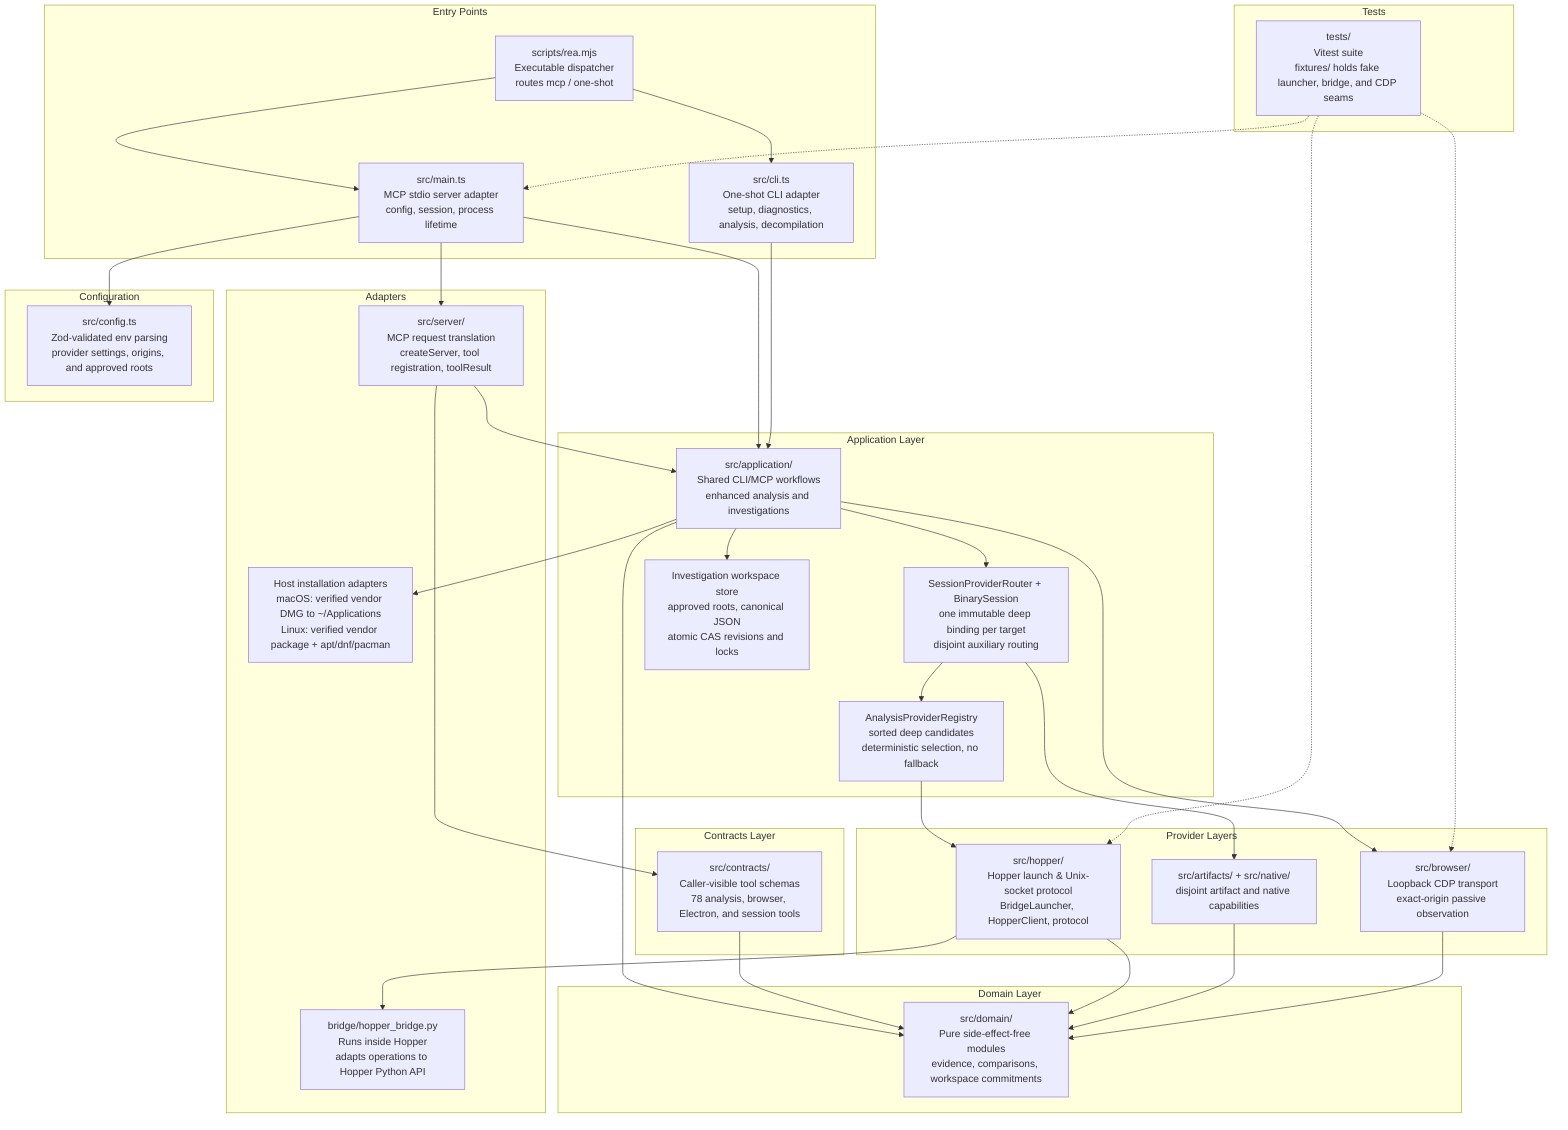
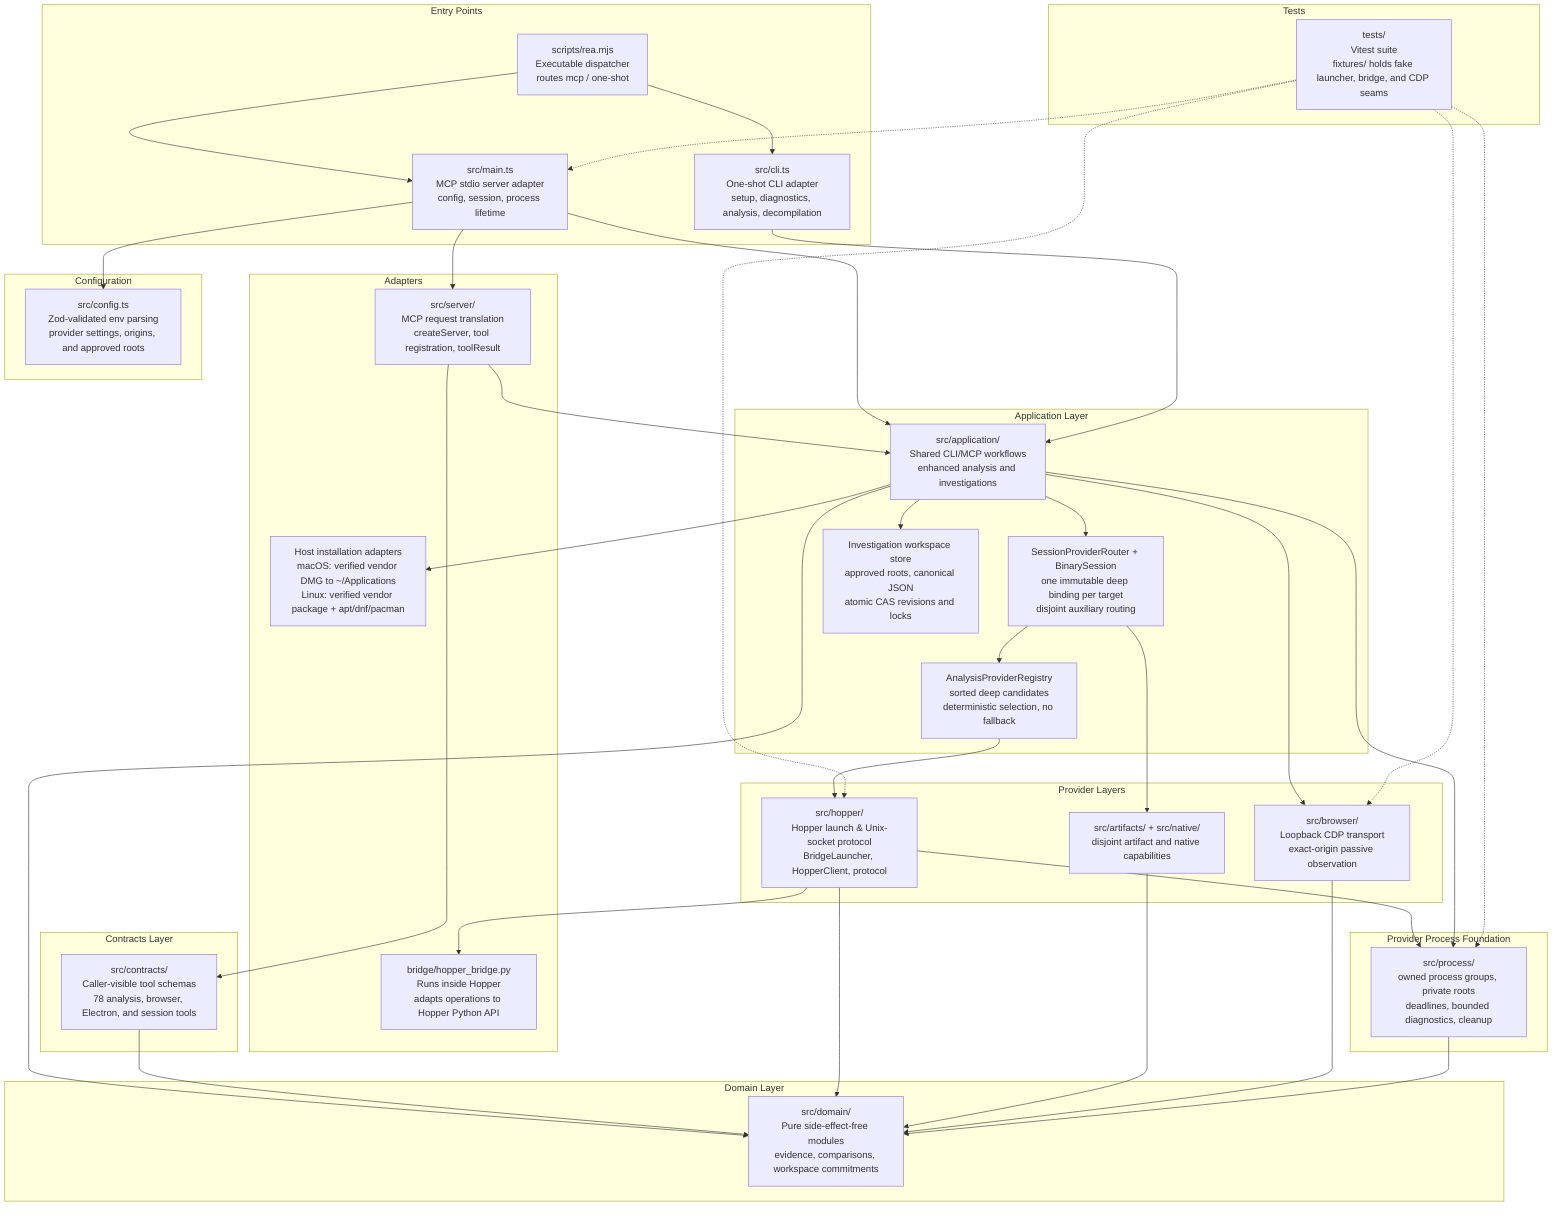
graph TD
    subgraph "Entry Points"
        CLI["src/cli.ts<br/>One-shot CLI adapter<br/>setup, diagnostics, analysis, decompilation"]
        MAIN["src/main.ts<br/>MCP stdio server adapter<br/>config, session, process lifetime"]
        DISPATCH["scripts/rea.mjs<br/>Executable dispatcher<br/>routes mcp / one-shot"]
    end

    subgraph "Adapters"
        SERVER["src/server/<br/>MCP request translation<br/>createServer, tool registration, toolResult"]
        BRIDGE["bridge/hopper_bridge.py<br/>Runs inside Hopper<br/>adapts operations to Hopper Python API"]
        INSTALL["Host installation adapters<br/>macOS: verified vendor DMG to ~/Applications<br/>Linux: verified vendor package + apt/dnf/pacman"]
    end

    subgraph "Application Layer"
        APP["src/application/<br/>Shared CLI/MCP workflows<br/>enhanced analysis and investigations"]
        SESSION["SessionProviderRouter + BinarySession<br/>one immutable deep binding per target<br/>disjoint auxiliary routing"]
        REGISTRY["AnalysisProviderRegistry<br/>sorted deep candidates<br/>deterministic selection, no fallback"]
        WORKSPACE["Investigation workspace store<br/>approved roots, canonical JSON<br/>atomic CAS revisions and locks"]
    end

    subgraph "Provider Layers"
        HOPPER["src/hopper/<br/>Hopper launch & Unix-socket protocol<br/>BridgeLauncher, HopperClient, protocol"]
        AUX["src/artifacts/ + src/native/<br/>disjoint artifact and native capabilities"]
        BROWSER["src/browser/<br/>Loopback CDP transport<br/>exact-origin passive observation"]
+     end
+ 
+     subgraph "Provider Process Foundation"
+         PROCESS["src/process/<br/>owned process groups, private roots<br/>deadlines, bounded diagnostics, cleanup"]
    end

    subgraph "Contracts Layer"
        CONTRACTS["src/contracts/<br/>Caller-visible tool schemas<br/>78 analysis, browser, Electron, and session tools"]
    end

    subgraph "Domain Layer"
        DOMAIN["src/domain/<br/>Pure side-effect-free modules<br/>evidence, comparisons, workspace commitments"]
    end

    subgraph "Configuration"
        CONFIG["src/config.ts<br/>Zod-validated env parsing<br/>provider settings, origins, and approved roots"]
    end

    subgraph "Tests"
        TESTS["tests/<br/>Vitest suite<br/>fixtures/ holds fake launcher, bridge, and CDP seams"]
    end

    DISPATCH --> CLI
    DISPATCH --> MAIN
    MAIN --> CONFIG
    MAIN --> SERVER
    MAIN --> APP
    CLI --> APP
    APP --> SESSION
    SESSION --> REGISTRY
    REGISTRY --> HOPPER
    SESSION --> AUX
    APP --> WORKSPACE
    APP --> INSTALL
    SERVER --> CONTRACTS
    SERVER --> APP
    APP --> BROWSER
    HOPPER --> BRIDGE
+     HOPPER --> PROCESS
+     APP --> PROCESS
    APP --> DOMAIN
    CONTRACTS --> DOMAIN
    HOPPER --> DOMAIN
    AUX --> DOMAIN
    BROWSER --> DOMAIN
+     PROCESS --> DOMAIN
    TESTS -.-> MAIN
    TESTS -.-> HOPPER
+     TESTS -.-> PROCESS
    TESTS -.-> BROWSER
